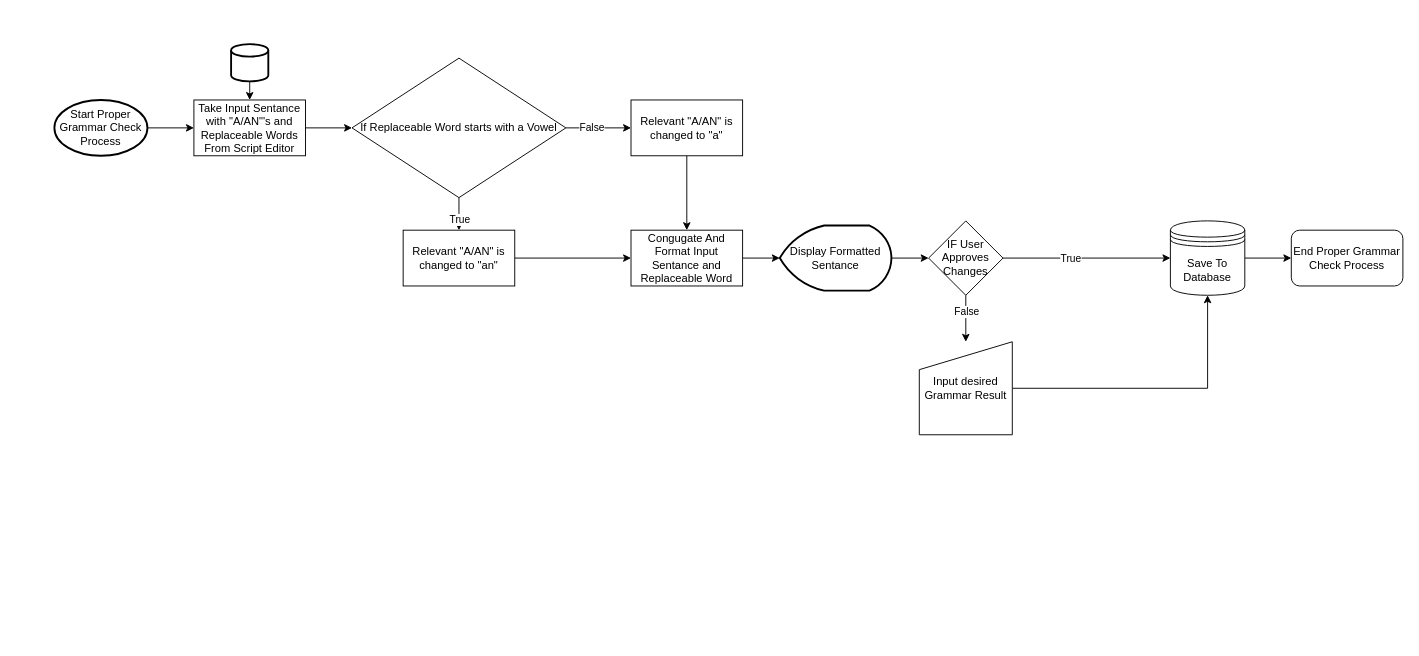
RPG-Research/bcirpg keeps this draw.io diagram as Phase2/Flowcharts/modgodToolset/GrammarCheck/ProjectIlmatar_ProperGrammarCheckFunction.drawio. Above is the earlier version. Source tidied: cells renumbered, new cells numbered last; positions are measured from the earlier drawing's top-left corner, leaving out a move shared by most shapes. Both pictures are drawn from the tidied source at 93%, with x=0, y=0 at pixel (54, 44).
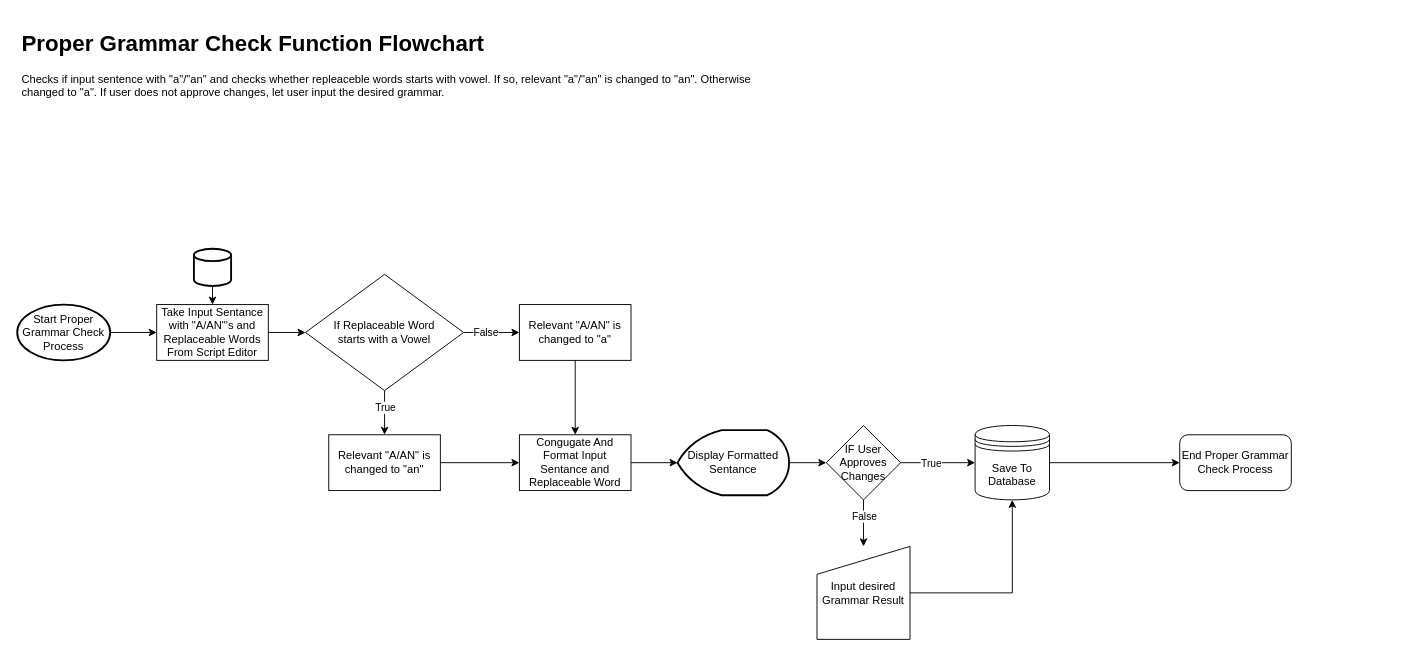
Above is the later version.

Unchanged cells that the change refers to:
```xml
<mxCell id="10" style="edgeStyle=orthogonalEdgeStyle;rounded=0;jettySize=auto;html=1;exitX=0.5;exitY=1;exitDx=0;exitDy=0;entryX=0.5;entryY=0;entryDx=0;entryDy=0;" parent="1" edge="1" source="12" target="14">
  <mxGeometry relative="1" as="geometry" />
</mxCell>
```

What changed in the source:
```diff
@@
     <mxCell id="3" value="Start Proper Grammar Check Process" style="strokeWidth=2;html=1;shape=mxgraph.flowchart.start_1;whiteSpace=wrap;" parent="1" vertex="1">
-      <mxGeometry y="60" width="100" height="60" as="geometry" />
+      <mxGeometry x="-40" y="280" width="100" height="60" as="geometry" />
     </mxCell>
@@
     <mxCell id="5" value="Take Input Sentance with &quot;A/AN&quot;'s and Replaceable Words From Script Editor" style="whiteSpace=wrap;html=1;" parent="1" vertex="1">
-      <mxGeometry x="150" y="60" width="120" height="60" as="geometry" />
+      <mxGeometry x="110" y="280" width="120" height="60" as="geometry" />
     </mxCell>
@@
     <mxCell id="7" style="strokeWidth=2;html=1;shape=mxgraph.flowchart.database;whiteSpace=wrap;" parent="1" vertex="1">
-      <mxGeometry x="190" width="40" height="40" as="geometry" />
+      <mxGeometry x="150" y="220" width="40" height="40" as="geometry" />
     </mxCell>
@@
     <mxCell id="11" value="True" style="edgeLabel;html=1;align=center;verticalAlign=middle;" parent="10" vertex="1">
-      <mxGeometry x="0.32" relative="1" as="geometry" />
+      <mxGeometry x="0.32" relative="1" as="geometry">
+        <mxPoint y="-13" as="offset" />
+      </mxGeometry>
     </mxCell>
-    <mxCell id="12" value="If Replaceable Word starts with a Vowel&lt;br&gt;" style="rhombus;whiteSpace=wrap;html=1;" parent="1" vertex="1">
-      <mxGeometry x="320" y="15" width="230" height="150" as="geometry" />
+    <mxCell id="12" value="If Replaceable Word&lt;br&gt;starts with a Vowel" style="rhombus;whiteSpace=wrap;html=1;" parent="1" vertex="1">
+      <mxGeometry x="270" y="247.5" width="170" height="125" as="geometry" />
     </mxCell>
@@
     <mxCell id="14" value="Relevant &quot;A/AN&quot; is changed to &quot;an&quot;" style="rounded=0;whiteSpace=wrap;html=1;" parent="1" vertex="1">
-      <mxGeometry x="375" y="200" width="120" height="60" as="geometry" />
+      <mxGeometry x="295" y="420" width="120" height="60" as="geometry" />
     </mxCell>
@@
     <mxCell id="16" value="Relevant &quot;A/AN&quot; is changed to &quot;a&quot;" style="rounded=0;whiteSpace=wrap;html=1;" parent="1" vertex="1">
-      <mxGeometry x="620" y="60" width="120" height="60" as="geometry" />
+      <mxGeometry x="500" y="280" width="120" height="60" as="geometry" />
     </mxCell>
@@
     <mxCell id="18" value="Congugate And Format Input Sentance and Replaceable Word" style="rounded=0;whiteSpace=wrap;html=1;" parent="1" vertex="1">
-      <mxGeometry x="620" y="200" width="120" height="60" as="geometry" />
+      <mxGeometry x="500" y="420" width="120" height="60" as="geometry" />
     </mxCell>
@@
     <mxCell id="20" value="Display Formatted Sentance" style="strokeWidth=2;html=1;shape=mxgraph.flowchart.display;whiteSpace=wrap;" parent="1" vertex="1">
-      <mxGeometry x="780" y="195" width="120" height="70" as="geometry" />
+      <mxGeometry x="670" y="415" width="120" height="70" as="geometry" />
     </mxCell>
@@
-    <mxCell id="23" style="edgeStyle=orthogonalEdgeStyle;rounded=0;jettySize=auto;html=1;exitX=0.5;exitY=1;exitDx=0;exitDy=0;" parent="1" edge="1" source="25" target="27">
+    <mxCell id="23" style="edgeStyle=orthogonalEdgeStyle;rounded=0;jettySize=auto;html=1;exitX=0.5;exitY=1;exitDx=0;exitDy=0;entryX=0.5;entryY=0;entryDx=0;entryDy=0;" parent="1" edge="1" source="25" target="27">
       <mxGeometry relative="1" as="geometry" />
     </mxCell>
@@
     <mxCell id="25" value="IF User Approves&lt;br&gt;Changes" style="rhombus;whiteSpace=wrap;html=1;" parent="1" vertex="1">
-      <mxGeometry x="940" y="190" width="80" height="80" as="geometry" />
+      <mxGeometry x="830" y="410" width="80" height="80" as="geometry" />
     </mxCell>
@@
     <mxCell id="27" value="Input desired Grammar Result" style="shape=manualInput;whiteSpace=wrap;html=1;" parent="1" vertex="1">
-      <mxGeometry x="930" y="320" width="100" height="100" as="geometry" />
+      <mxGeometry x="820" y="540" width="100" height="100" as="geometry" />
     </mxCell>
     <mxCell id="28" value="End Proper Grammar Check Process" style="rounded=1;whiteSpace=wrap;html=1;" parent="1" vertex="1">
-      <mxGeometry x="1330" y="200" width="120" height="60" as="geometry" />
+      <mxGeometry x="1210" y="420" width="120" height="60" as="geometry" />
     </mxCell>
@@
     <mxCell id="30" value="Save To Database" style="shape=datastore;whiteSpace=wrap;html=1;" parent="1" vertex="1">
-      <mxGeometry x="1200" y="190" width="80" height="80" as="geometry" />
+      <mxGeometry x="990" y="410" width="80" height="80" as="geometry" />
     </mxCell>
+    <mxCell id="31" value="&lt;h1&gt;Proper Grammar Check Function Flowchart&lt;/h1&gt;&lt;p&gt;Checks if input sentence with &quot;a&quot;/&quot;an&quot; and checks whether repleaceble words starts with vowel. If so, relevant &quot;a&quot;/&quot;an&quot; is changed to &quot;an&quot;. Otherwise changed to &quot;a&quot;. If user does not approve changes, let user input the desired grammar.&lt;/p&gt;" style="text;html=1;strokeColor=none;fillColor=none;spacing=5;spacingTop=-20;whiteSpace=wrap;overflow=hidden;rounded=0;" parent="1" vertex="1">
+      <mxGeometry x="-40" y="-20" width="830" height="120" as="geometry" />
+    </mxCell>
```
